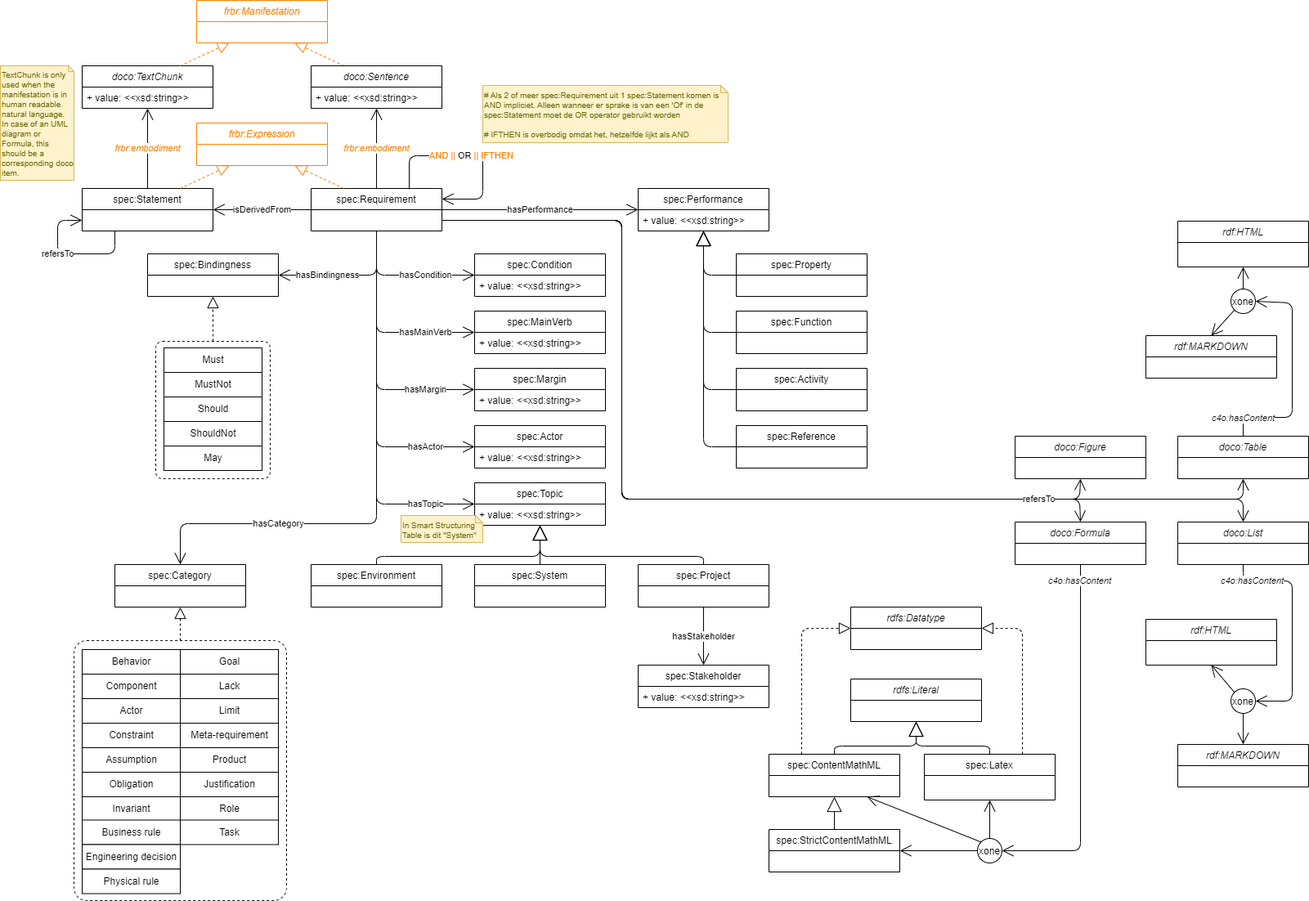
Earlier version of the draw.io export docs/model.drawio.png (Netherlands-Standardization-Institute/spec). Source tidied: cells renumbered, new cells last; positions are measured from the earlier drawing's top-left corner, leaving out a move shared by most shapes.
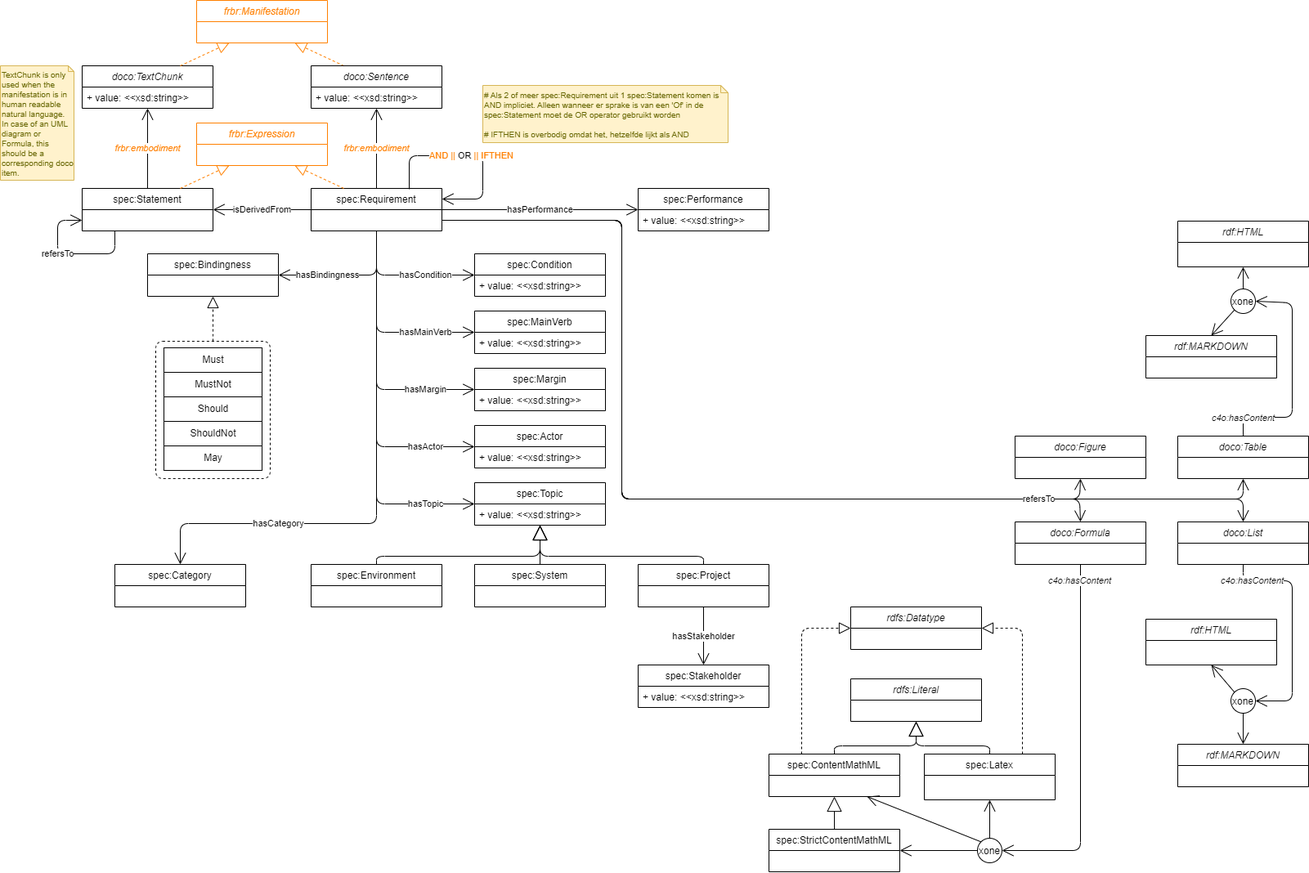
After the change.

Commit message:
Diagram aanpassing + performance er uit gehaald

What changed in the source:
```diff
@@ -108,50 +108,6 @@
         </Array>
       </mxGeometry>
     </mxCell>
-    <mxCell id="27" value="spec:Property" style="swimlane;fontStyle=0;horizontal=1;startSize=26;fillColor=none;" parent="1" vertex="1">
-      <mxGeometry x="900" y="310" width="160" height="52" as="geometry" />
-    </mxCell>
-    <mxCell id="28" value="spec:Function" style="swimlane;fontStyle=0;horizontal=1;startSize=26;fillColor=none;" parent="1" vertex="1">
-      <mxGeometry x="900" y="380" width="160" height="52" as="geometry" />
-    </mxCell>
-    <mxCell id="29" value="spec:Activity" style="swimlane;fontStyle=0;horizontal=1;startSize=26;fillColor=none;" parent="1" vertex="1">
-      <mxGeometry x="900" y="450" width="160" height="52" as="geometry" />
-    </mxCell>
-    <mxCell id="30" value="spec:Reference" style="swimlane;fontStyle=0;horizontal=1;startSize=26;fillColor=none;" parent="1" vertex="1">
-      <mxGeometry x="900" y="520" width="160" height="52" as="geometry" />
-    </mxCell>
-    <mxCell id="31" style="endArrow=block;endSize=16;endFill=0;html=1;entryX=0.5;entryY=1;entryDx=0;entryDy=0;exitX=0;exitY=0.5;exitDx=0;exitDy=0;" parent="1" edge="1" target="11">
-      <mxGeometry relative="1" as="geometry">
-        <mxPoint x="900" y="336" as="sourcePoint" />
-        <Array as="points">
-          <mxPoint x="860" y="336" />
-        </Array>
-      </mxGeometry>
-    </mxCell>
-    <mxCell id="32" style="endArrow=block;endSize=16;endFill=0;html=1;entryX=0.5;entryY=1;entryDx=0;entryDy=0;exitX=0;exitY=0.5;exitDx=0;exitDy=0;" parent="1" edge="1" target="11">
-      <mxGeometry relative="1" as="geometry">
-        <mxPoint x="900" y="406" as="sourcePoint" />
-        <Array as="points">
-          <mxPoint x="860" y="406" />
-        </Array>
-      </mxGeometry>
-    </mxCell>
-    <mxCell id="33" style="endArrow=block;endSize=16;endFill=0;html=1;entryX=0.5;entryY=1;entryDx=0;entryDy=0;exitX=0;exitY=0.5;exitDx=0;exitDy=0;" parent="1" edge="1" target="11">
-      <mxGeometry relative="1" as="geometry">
-        <mxPoint x="900" y="476" as="sourcePoint" />
-        <Array as="points">
-          <mxPoint x="860" y="476" />
-        </Array>
-      </mxGeometry>
-    </mxCell>
-    <mxCell id="34" style="endArrow=block;endSize=16;endFill=0;html=1;entryX=0.5;entryY=1;entryDx=0;entryDy=0;exitX=0;exitY=0.5;exitDx=0;exitDy=0;" parent="1" edge="1" target="11">
-      <mxGeometry relative="1" as="geometry">
-        <mxPoint x="900" y="546" as="sourcePoint" />
-        <Array as="points">
-          <mxPoint x="860" y="546" />
-        </Array>
-      </mxGeometry>
-    </mxCell>
     <mxCell id="35" value="doco:Figure" style="swimlane;fontStyle=2;horizontal=1;startSize=26;fillColor=none;" parent="1" vertex="1">
       <mxGeometry x="1241" y="533" width="160" height="52" as="geometry" />
     </mxCell>
@@ -306,9 +262,6 @@
     <mxCell id="74" style="endArrow=block;dashed=1;endFill=0;endSize=12;html=1;entryX=0.25;entryY=1;entryDx=0;entryDy=0;exitX=0.75;exitY=0;exitDx=0;exitDy=0;fillColor=#ffe6cc;strokeColor=#FF8000;" parent="1" edge="1" source="5" target="67">
       <mxGeometry relative="1" as="geometry" />
     </mxCell>
-    <mxCell id="75" value="TextChunk is only used when the manifestation is in human readable natural language. In case of an UML diagram or Formula, this should be a corresponding doco item." style="shape=note;strokeWidth=1;fontSize=10;size=7;whiteSpace=wrap;html=1;fillColor=#fff2cc;strokeColor=#d6b656;fontColor=#666600;align=left;verticalAlign=bottom;" parent="1" vertex="1">
-      <mxGeometry y="80" width="90" height="140" as="geometry" />
-    </mxCell>
     <mxCell id="76" value="spec:Topic" style="swimlane;fontStyle=0;horizontal=1;startSize=26;fillColor=none;" parent="1" vertex="1">
       <mxGeometry x="580" y="590" width="160" height="52" as="geometry" />
     </mxCell>
@@ -356,78 +309,12 @@
         </Array>
       </mxGeometry>
     </mxCell>
-    <mxCell id="87" value="In Smart Structuring Table is dit &quot;System&quot;" style="shape=note;strokeWidth=1;fontSize=10;size=9;whiteSpace=wrap;html=1;fillColor=#fff2cc;strokeColor=#d6b656;fontColor=#666600;align=left;verticalAlign=top;" parent="1" vertex="1">
-      <mxGeometry x="490" y="630" width="100" height="33" as="geometry" />
-    </mxCell>
     <mxCell id="88" value="hasStakeholder" style="endArrow=open;endFill=1;endSize=12;html=1;exitX=0.5;exitY=1;exitDx=0;exitDy=0;entryX=0.5;entryY=0;entryDx=0;entryDy=0;" parent="1" edge="1" source="80" target="83">
       <mxGeometry relative="1" as="geometry" />
     </mxCell>
     <mxCell id="89" value="spec:Category" style="swimlane;fontStyle=0;horizontal=1;startSize=26;fillColor=none;" parent="1" vertex="1">
       <mxGeometry x="140" y="690" width="160" height="52" as="geometry" />
     </mxCell>
-    <mxCell id="90" style="endArrow=block;dashed=1;endFill=0;endSize=12;html=1;entryX=0.5;entryY=1;entryDx=0;entryDy=0;exitX=0.5;exitY=0;exitDx=0;exitDy=0;" parent="1" edge="1" source="92" target="89">
-      <mxGeometry relative="1" as="geometry" />
-    </mxCell>
-    <mxCell id="91" style="group;" parent="1" vertex="1">
-      <mxGeometry x="90" y="783" width="260" height="318" as="geometry" />
-    </mxCell>
-    <mxCell id="92" style="rounded=1;whiteSpace=wrap;html=1;strokeColor=#000000;fontSize=11;fontColor=#000000;fillColor=none;dashed=1;arcSize=6;" parent="91" vertex="1">
-      <mxGeometry width="260" height="318" as="geometry" />
-    </mxCell>
-    <mxCell id="93" value="Behavior" style="html=1;" parent="91" vertex="1">
-      <mxGeometry x="10" y="11" width="120" height="30" as="geometry" />
-    </mxCell>
-    <mxCell id="94" value="Component" style="html=1;" parent="91" vertex="1">
-      <mxGeometry x="10" y="41" width="120" height="30" as="geometry" />
-    </mxCell>
-    <mxCell id="95" value="Actor" style="html=1;" parent="91" vertex="1">
-      <mxGeometry x="10" y="71" width="120" height="30" as="geometry" />
-    </mxCell>
-    <mxCell id="96" value="Constraint" style="html=1;" parent="91" vertex="1">
-      <mxGeometry x="10" y="101" width="120" height="30" as="geometry" />
-    </mxCell>
-    <mxCell id="97" value="Assumption" style="html=1;" parent="91" vertex="1">
-      <mxGeometry x="10" y="131" width="120" height="30" as="geometry" />
-    </mxCell>
-    <mxCell id="98" value="Goal" style="html=1;" parent="91" vertex="1">
-      <mxGeometry x="130" y="11" width="120" height="30" as="geometry" />
-    </mxCell>
-    <mxCell id="99" value="Lack" style="html=1;" parent="91" vertex="1">
-      <mxGeometry x="130" y="41" width="120" height="30" as="geometry" />
-    </mxCell>
-    <mxCell id="100" value="Limit" style="html=1;" parent="91" vertex="1">
-      <mxGeometry x="130" y="71" width="120" height="30" as="geometry" />
-    </mxCell>
-    <mxCell id="101" value="Meta-requirement" style="html=1;" parent="91" vertex="1">
-      <mxGeometry x="130" y="101" width="120" height="30" as="geometry" />
-    </mxCell>
-    <mxCell id="102" value="Product" style="html=1;" parent="91" vertex="1">
-      <mxGeometry x="130" y="131" width="120" height="30" as="geometry" />
-    </mxCell>
-    <mxCell id="103" value="Obligation" style="html=1;" parent="91" vertex="1">
-      <mxGeometry x="10" y="161" width="120" height="30" as="geometry" />
-    </mxCell>
-    <mxCell id="104" value="Invariant" style="html=1;" parent="91" vertex="1">
-      <mxGeometry x="10" y="191" width="120" height="30" as="geometry" />
-    </mxCell>
-    <mxCell id="105" value="Business rule" style="html=1;" parent="91" vertex="1">
-      <mxGeometry x="10" y="219.5" width="120" height="30" as="geometry" />
-    </mxCell>
-    <mxCell id="106" value="Engineering decision" style="html=1;" parent="91" vertex="1">
-      <mxGeometry x="10" y="249.5" width="120" height="30" as="geometry" />
-    </mxCell>
-    <mxCell id="107" value="Physical rule" style="html=1;" parent="91" vertex="1">
-      <mxGeometry x="10" y="279.5" width="120" height="30" as="geometry" />
-    </mxCell>
-    <mxCell id="108" value="Justification" style="html=1;" parent="91" vertex="1">
-      <mxGeometry x="130" y="161" width="120" height="30" as="geometry" />
-    </mxCell>
-    <mxCell id="109" value="Role" style="html=1;" parent="91" vertex="1">
-      <mxGeometry x="130" y="191" width="120" height="30" as="geometry" />
-    </mxCell>
-    <mxCell id="110" value="Task" style="html=1;" parent="91" vertex="1">
-      <mxGeometry x="130" y="219.5" width="120" height="30" as="geometry" />
-    </mxCell>
     <mxCell id="111" style="group;" parent="1" vertex="1">
       <mxGeometry x="190" y="417" width="140" height="168" as="geometry" />
     </mxCell>
@@ -457,9 +344,6 @@
         </Array>
       </mxGeometry>
     </mxCell>
-    <mxCell id="119" value="# Als 2 of meer spec:Requirement uit 1 spec:Statement komen is AND impliciet. Alleen wanneer er sprake is van een 'Of' in de spec:Statement moet de OR operator gebruikt worden&lt;br&gt;&lt;br&gt;# IFTHEN is overbodig omdat het, hetzelfde lijkt als AND" style="shape=note;strokeWidth=1;fontSize=10;size=9;whiteSpace=wrap;html=1;fillColor=#fff2cc;strokeColor=#d6b656;fontColor=#666600;align=left;verticalAlign=top;" parent="1" vertex="1">
-      <mxGeometry x="590" y="104" width="300" height="70" as="geometry" />
-    </mxCell>
     <mxCell id="120" value="refersTo" style="endArrow=open;endFill=1;endSize=12;html=1;exitX=0.25;exitY=1;exitDx=0;exitDy=0;entryX=0;entryY=0.75;entryDx=0;entryDy=0;" parent="1" edge="1" source="3" target="3">
       <mxGeometry x="0.16" relative="1" as="geometry">
         <Array as="points">
@@ -505,5 +389,12 @@
         </Array>
       </mxGeometry>
     </mxCell>
+    <mxCell id="125" value="Comments" parent="0" />
+    <mxCell id="75" value="TextChunk is only used when the manifestation is in human readable natural language. In case of an UML diagram or Formula, this should be a corresponding doco item." style="shape=note;strokeWidth=1;fontSize=10;size=7;whiteSpace=wrap;html=1;fillColor=#fff2cc;strokeColor=#d6b656;fontColor=#666600;align=left;verticalAlign=bottom;" parent="125" vertex="1">
+      <mxGeometry y="80" width="90" height="140" as="geometry" />
+    </mxCell>
+    <mxCell id="119" value="# Als 2 of meer spec:Requirement uit 1 spec:Statement komen is AND impliciet. Alleen wanneer er sprake is van een 'Of' in de spec:Statement moet de OR operator gebruikt worden&lt;br&gt;&lt;br&gt;# IFTHEN is overbodig omdat het, hetzelfde lijkt als AND" style="shape=note;strokeWidth=1;fontSize=10;size=9;whiteSpace=wrap;html=1;fillColor=#fff2cc;strokeColor=#d6b656;fontColor=#666600;align=left;verticalAlign=top;" parent="125" vertex="1">
+      <mxGeometry x="590" y="104" width="300" height="70" as="geometry" />
+    </mxCell>
   </root>
 </mxGraphModel>
```
